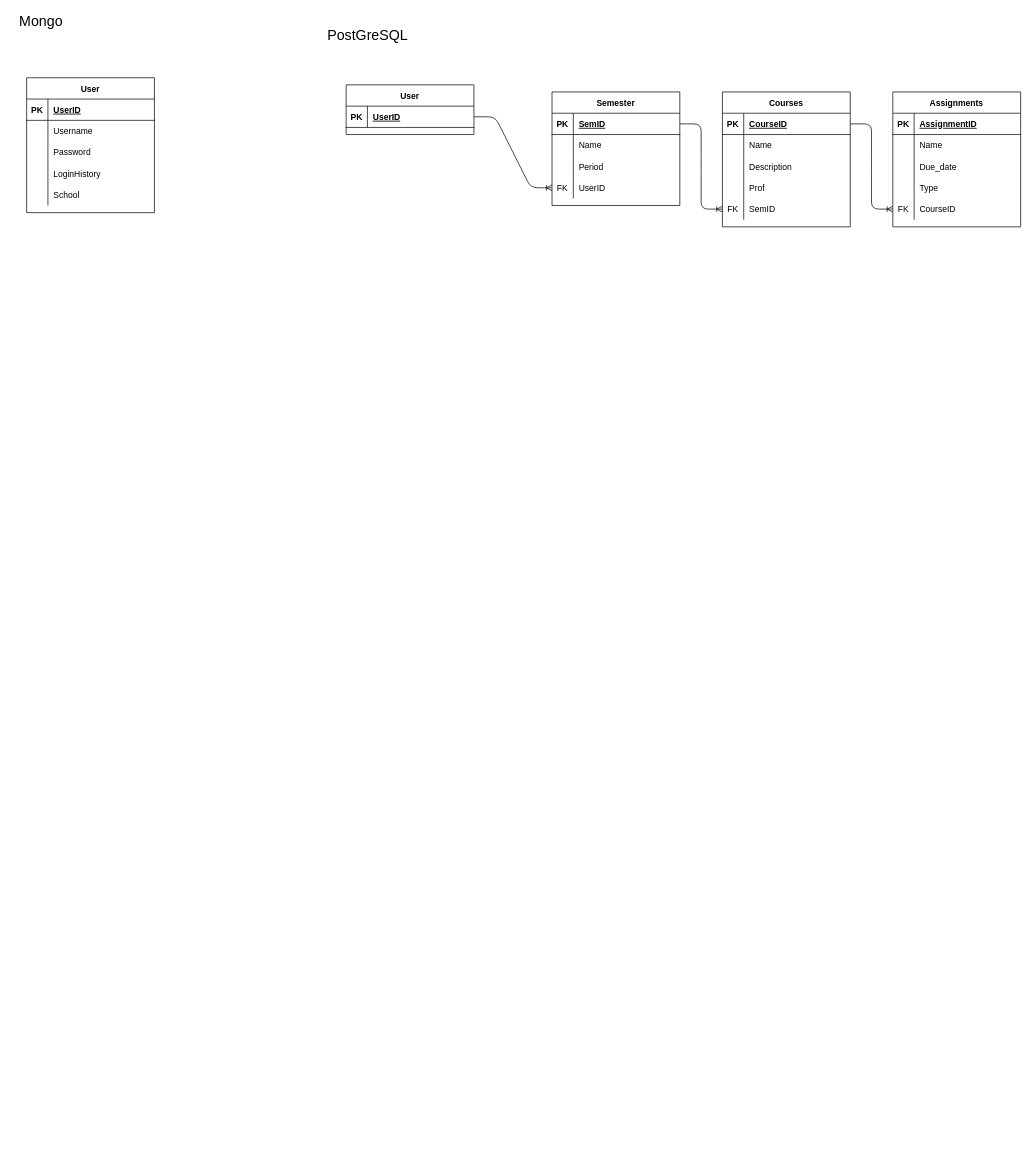
Before: databasediagram.drawio in TueNguyen2911/Semester_Organizer, a draw.io diagram. Source tidied: cells renumbered, new cells numbered last; positions are measured from the earlier drawing's top-left corner, leaving out a move shared by most shapes. Both pictures are drawn from the tidied source at 71%, with x=0, y=0 at pixel (12, 13).
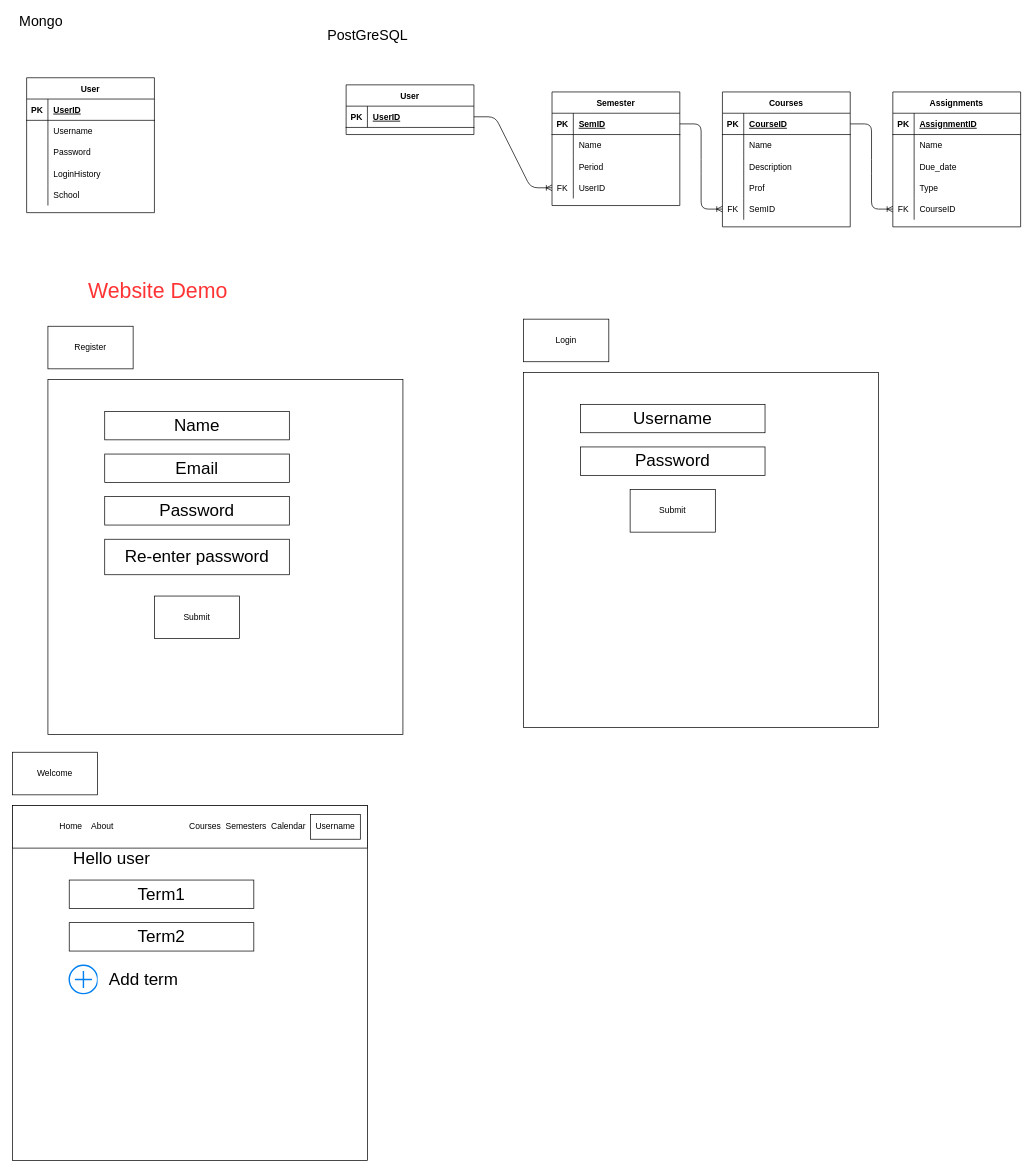
Above is the later version.

What changed in the source:
```diff
@@
+    <mxCell id="72" style="whiteSpace=wrap;html=1;" parent="1" vertex="1">
+      <mxGeometry x="50" y="515" width="500" height="500" as="geometry" />
+    </mxCell>
@@
+    <mxCell id="73" value="&lt;font style=&quot;font-size: 30px&quot; color=&quot;#ff3333&quot;&gt;Website Demo&lt;/font&gt;" style="text;html=1;strokeColor=none;fillColor=none;align=center;verticalAlign=middle;whiteSpace=wrap;rounded=0;" parent="1" vertex="1">
+      <mxGeometry x="90" y="380" width="230" height="20" as="geometry" />
+    </mxCell>
+    <mxCell id="74" value="Register" style="rounded=0;whiteSpace=wrap;html=1;" parent="1" vertex="1">
+      <mxGeometry x="50" y="440" width="120" height="60" as="geometry" />
+    </mxCell>
+    <mxCell id="75" value="&lt;font style=&quot;font-size: 24px&quot;&gt;Name&lt;/font&gt;" style="rounded=0;whiteSpace=wrap;html=1;" parent="1" vertex="1">
+      <mxGeometry x="130" y="560" width="260" height="40" as="geometry" />
+    </mxCell>
+    <mxCell id="76" value="&lt;font style=&quot;font-size: 24px&quot;&gt;Email&lt;/font&gt;" style="rounded=0;whiteSpace=wrap;html=1;" parent="1" vertex="1">
+      <mxGeometry x="130" y="620" width="260" height="40" as="geometry" />
+    </mxCell>
+    <mxCell id="77" value="&lt;font style=&quot;font-size: 24px&quot;&gt;Password&lt;/font&gt;" style="rounded=0;whiteSpace=wrap;html=1;" parent="1" vertex="1">
+      <mxGeometry x="130" y="680" width="260" height="40" as="geometry" />
+    </mxCell>
+    <mxCell id="78" value="&lt;font style=&quot;font-size: 24px&quot;&gt;Re-enter password&lt;/font&gt;" style="rounded=0;whiteSpace=wrap;html=1;" parent="1" vertex="1">
+      <mxGeometry x="130" y="740" width="260" height="50" as="geometry" />
+    </mxCell>
+    <mxCell id="79" value="Submit" style="rounded=0;whiteSpace=wrap;html=1;" parent="1" vertex="1">
+      <mxGeometry x="200" y="820" width="120" height="60" as="geometry" />
+    </mxCell>
+    <mxCell id="80" style="whiteSpace=wrap;html=1;" parent="1" vertex="1">
+      <mxGeometry x="720" y="505" width="500" height="500" as="geometry" />
+    </mxCell>
+    <mxCell id="81" value="Login" style="rounded=0;whiteSpace=wrap;html=1;" parent="1" vertex="1">
+      <mxGeometry x="720" y="430" width="120" height="60" as="geometry" />
+    </mxCell>
+    <mxCell id="82" value="&lt;font style=&quot;font-size: 24px&quot;&gt;Username&lt;/font&gt;" style="rounded=0;whiteSpace=wrap;html=1;" parent="1" vertex="1">
+      <mxGeometry x="800" y="550" width="260" height="40" as="geometry" />
+    </mxCell>
+    <mxCell id="83" value="&lt;font style=&quot;font-size: 24px&quot;&gt;Password&lt;/font&gt;" style="rounded=0;whiteSpace=wrap;html=1;" parent="1" vertex="1">
+      <mxGeometry x="800" y="610" width="260" height="40" as="geometry" />
+    </mxCell>
+    <mxCell id="84" value="Submit" style="rounded=0;whiteSpace=wrap;html=1;" parent="1" vertex="1">
+      <mxGeometry x="870" y="670" width="120" height="60" as="geometry" />
+    </mxCell>
+    <mxCell id="85" style="whiteSpace=wrap;html=1;" parent="1" vertex="1">
+      <mxGeometry y="1115" width="500" height="500" as="geometry" />
+    </mxCell>
+    <mxCell id="86" value="Welcome" style="rounded=0;whiteSpace=wrap;html=1;" parent="1" vertex="1">
+      <mxGeometry y="1040" width="120" height="60" as="geometry" />
+    </mxCell>
+    <mxCell id="87" value="&lt;font style=&quot;font-size: 24px&quot;&gt;Hello user&lt;/font&gt;" style="rounded=0;whiteSpace=wrap;html=1;strokeColor=none;" parent="1" vertex="1">
+      <mxGeometry x="10" y="1170" width="260" height="40" as="geometry" />
+    </mxCell>
+    <mxCell id="88" value="&lt;font style=&quot;font-size: 24px&quot;&gt;Term1&lt;/font&gt;" style="rounded=0;whiteSpace=wrap;html=1;" parent="1" vertex="1">
+      <mxGeometry x="80" y="1220" width="260" height="40" as="geometry" />
+    </mxCell>
+    <mxCell id="89" value="&lt;font style=&quot;font-size: 24px&quot;&gt;Term2&lt;/font&gt;" style="rounded=0;whiteSpace=wrap;html=1;" parent="1" vertex="1">
+      <mxGeometry x="80" y="1280" width="260" height="40" as="geometry" />
+    </mxCell>
+    <mxCell id="90" style="html=1;verticalLabelPosition=bottom;align=center;labelBackgroundColor=#ffffff;verticalAlign=top;strokeWidth=2;strokeColor=#0080F0;shadow=0;dashed=0;shape=mxgraph.ios7.icons.add;" parent="1" vertex="1">
+      <mxGeometry x="80" y="1340" width="40" height="40" as="geometry" />
+    </mxCell>
+    <mxCell id="91" value="&lt;font style=&quot;font-size: 24px&quot;&gt;Add term&lt;/font&gt;" style="rounded=0;whiteSpace=wrap;html=1;strokeColor=none;" parent="1" vertex="1">
+      <mxGeometry x="120" y="1340" width="130" height="40" as="geometry" />
+    </mxCell>
+    <mxCell id="92" value="Home&amp;nbsp; &amp;nbsp; About&amp;nbsp; &amp;nbsp; &amp;nbsp; &amp;nbsp; &amp;nbsp; &amp;nbsp; &amp;nbsp; &amp;nbsp; &amp;nbsp; &amp;nbsp; &amp;nbsp; &amp;nbsp; &amp;nbsp; &amp;nbsp; &amp;nbsp; &amp;nbsp; Courses&amp;nbsp; Semesters&amp;nbsp; Calendar&amp;nbsp; &amp;nbsp; &amp;nbsp;&amp;nbsp;" style="rounded=0;whiteSpace=wrap;html=1;" parent="1" vertex="1">
+      <mxGeometry y="1115" width="500" height="60" as="geometry" />
+    </mxCell>
+    <mxCell id="93" value="Username" style="rounded=0;whiteSpace=wrap;html=1;" parent="1" vertex="1">
+      <mxGeometry x="420" y="1127.5" width="70" height="35" as="geometry" />
+    </mxCell>
```
